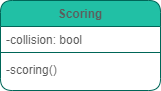
This is Assignments/A07/Scoring.png from LoicKonan/2143-OOP-Konan, a draw.io export, as it was before one commit. Source tidied: cells renumbered, new cells last; positions are measured from the earlier drawing's top-left corner, leaving out a move shared by most shapes.
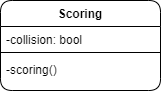
The same file after the commit.

What changed in the source:
```diff
@@ -2,16 +2,16 @@
   <root>
     <mxCell id="0" />
     <mxCell id="1" parent="0" />
-    <mxCell id="2" value="Scoring" style="swimlane;fontStyle=1;align=center;verticalAlign=top;horizontal=1;startSize=26;shadow=0;strokeWidth=1;rounded=1;fillColor=#21C0A5;strokeColor=#006658;fontColor=#5C5C5C;" parent="1" vertex="1">
+    <mxCell id="2" value="Scoring" style="swimlane;fontStyle=1;align=center;verticalAlign=top;horizontal=1;startSize=26;shadow=0;strokeWidth=1;rounded=1;" parent="1" vertex="1">
       <mxGeometry width="160" height="90" as="geometry" />
     </mxCell>
-    <mxCell id="3" value="-collision: bool" style="text;align=left;verticalAlign=top;spacingLeft=4;spacingRight=4;overflow=hidden;rounded=1;fontColor=#5C5C5C;" parent="2" vertex="1">
+    <mxCell id="3" value="-collision: bool" style="text;align=left;verticalAlign=top;spacingLeft=4;spacingRight=4;overflow=hidden;rounded=1;" parent="2" vertex="1">
       <mxGeometry y="26" width="160" height="22" as="geometry" />
     </mxCell>
-    <mxCell id="4" style="line;html=1;strokeWidth=1;align=left;verticalAlign=middle;spacingTop=-1;spacingLeft=3;spacingRight=3;labelPosition=right;rounded=1;fillColor=#21C0A5;strokeColor=#006658;fontColor=#5C5C5C;" parent="2" vertex="1">
+    <mxCell id="4" style="line;html=1;strokeWidth=1;align=left;verticalAlign=middle;spacingTop=-1;spacingLeft=3;spacingRight=3;labelPosition=right;rounded=1;" parent="2" vertex="1">
       <mxGeometry y="48" width="160" height="8" as="geometry" />
     </mxCell>
-    <mxCell id="5" value="-scoring()" style="text;align=left;verticalAlign=top;spacingLeft=4;spacingRight=4;overflow=hidden;shadow=0;html=0;rounded=1;fontColor=#5C5C5C;" parent="2" vertex="1">
+    <mxCell id="5" value="-scoring()" style="text;align=left;verticalAlign=top;spacingLeft=4;spacingRight=4;overflow=hidden;shadow=0;html=0;rounded=1;" parent="2" vertex="1">
       <mxGeometry y="56" width="160" height="26" as="geometry" />
     </mxCell>
   </root>
```
